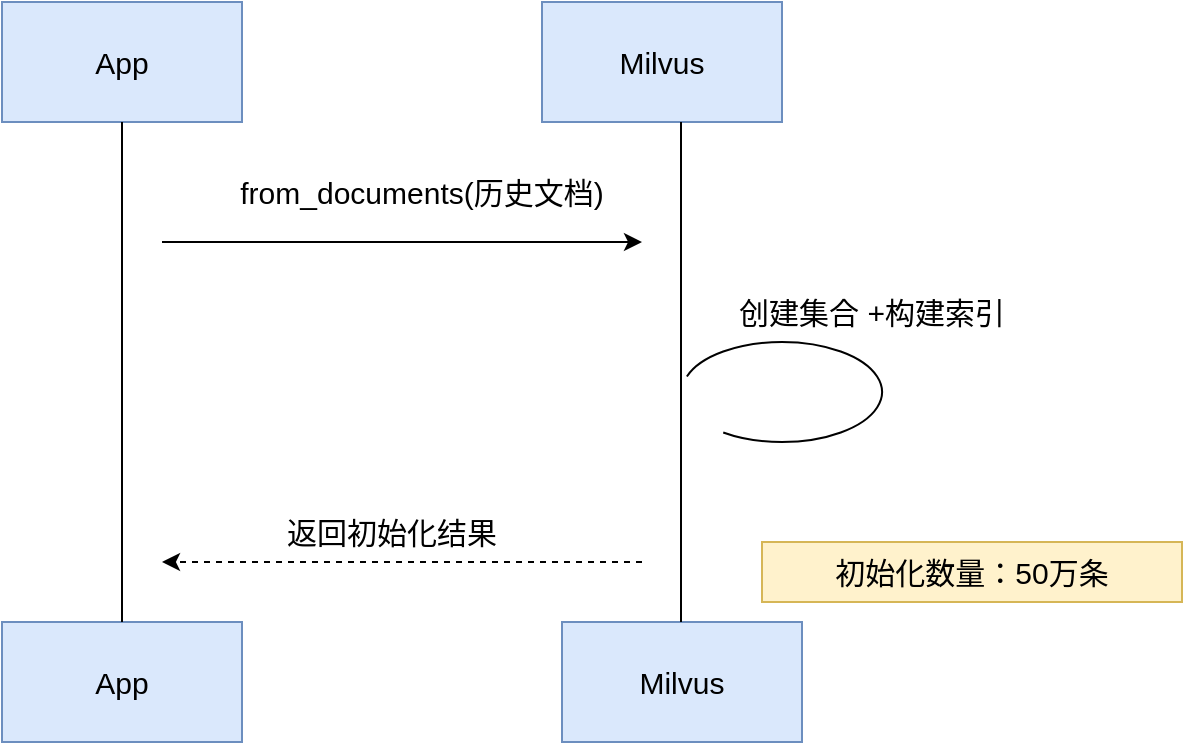
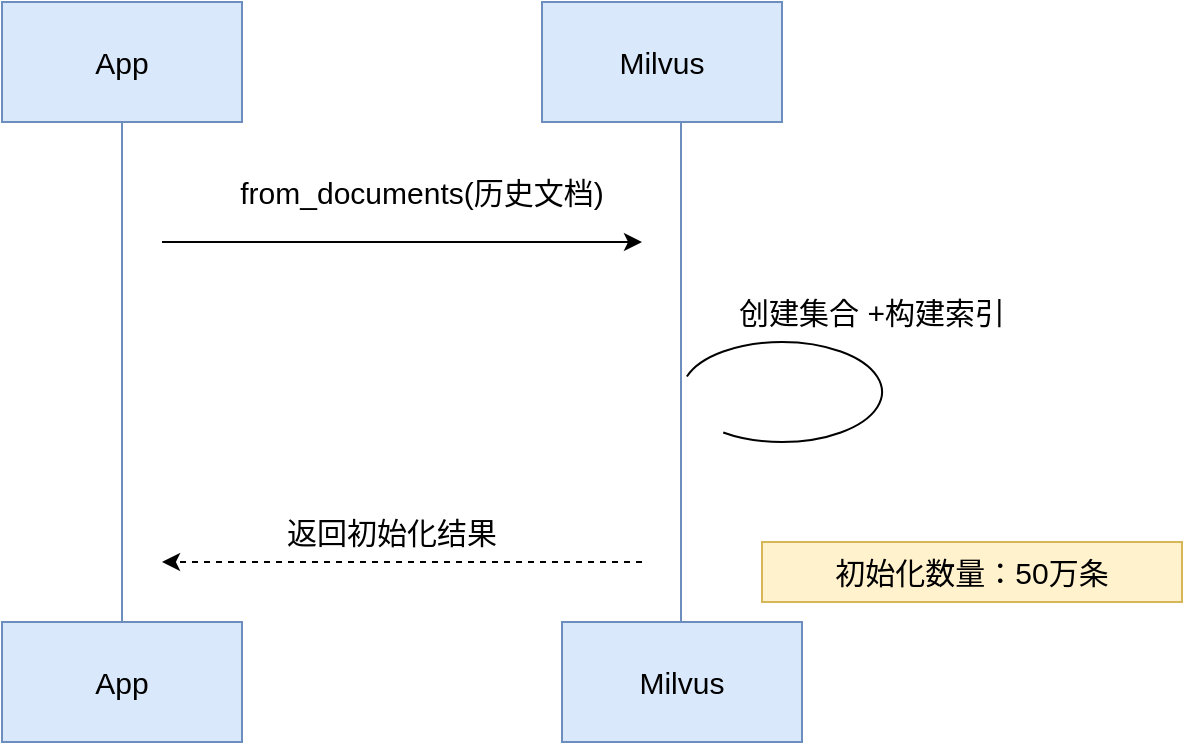
<mxfile host="app.diagrams.net">
  <diagram name="第 1 页" id="UUt5R9PCVqIVP22lnHmb">
    <mxGraphModel dx="1414" dy="751" grid="1" gridSize="10" guides="1" tooltips="1" connect="1" arrows="1" fold="1" page="1" pageScale="1" pageWidth="827" pageHeight="1169" math="0" shadow="0">
      <root>
        <mxCell id="0" />
        <mxCell id="1" parent="0" />
        <mxCell id="fyHhUcTejEDvJsqJKB2t-1" parent="1" style="rounded=0;whiteSpace=wrap;html=1;fontSize=15;fillColor=#dae8fc;strokeColor=#6c8ebf;" value="App" vertex="1">
          <mxGeometry height="60" width="120" x="260" y="140" as="geometry" />
        </mxCell>
        <mxCell id="fyHhUcTejEDvJsqJKB2t-2" parent="1" style="rounded=0;whiteSpace=wrap;html=1;fontSize=15;fillColor=#dae8fc;strokeColor=#6c8ebf;" value="App" vertex="1">
          <mxGeometry height="60" width="120" x="260" y="450" as="geometry" />
        </mxCell>
        <mxCell id="fyHhUcTejEDvJsqJKB2t-3" parent="1" style="rounded=0;whiteSpace=wrap;html=1;fontSize=15;fillColor=#dae8fc;strokeColor=#6c8ebf;" value="Milvus" vertex="1">
          <mxGeometry height="60" width="120" x="530" y="140" as="geometry" />
        </mxCell>
        <mxCell id="fyHhUcTejEDvJsqJKB2t-4" parent="1" style="rounded=0;whiteSpace=wrap;html=1;fontSize=15;fillColor=#dae8fc;strokeColor=#6c8ebf;" value="Milvus" vertex="1">
          <mxGeometry height="60" width="120" x="540" y="450" as="geometry" />
        </mxCell>
-         <mxCell id="fyHhUcTejEDvJsqJKB2t-5" edge="1" parent="1" source="fyHhUcTejEDvJsqJKB2t-2" style="endArrow=none;html=1;rounded=0;entryX=0.5;entryY=1;entryDx=0;entryDy=0;exitX=0.5;exitY=0;exitDx=0;exitDy=0;fontSize=15;" target="fyHhUcTejEDvJsqJKB2t-1" value="">
+         <mxCell id="fyHhUcTejEDvJsqJKB2t-5" edge="1" parent="1" source="fyHhUcTejEDvJsqJKB2t-2" style="endArrow=none;html=1;rounded=0;entryX=0.5;entryY=1;entryDx=0;entryDy=0;exitX=0.5;exitY=0;exitDx=0;exitDy=0;fontSize=15;fillColor=#dae8fc;strokeColor=#6c8ebf;" target="fyHhUcTejEDvJsqJKB2t-1" value="">
          <mxGeometry height="50" relative="1" width="50" as="geometry">
            <mxPoint x="300" y="300" as="sourcePoint" />
            <mxPoint x="350" y="250" as="targetPoint" />
          </mxGeometry>
        </mxCell>
-         <mxCell id="fyHhUcTejEDvJsqJKB2t-6" edge="1" parent="1" style="endArrow=none;html=1;rounded=0;entryX=0.5;entryY=1;entryDx=0;entryDy=0;exitX=0.5;exitY=0;exitDx=0;exitDy=0;fontSize=15;" value="">
+         <mxCell id="fyHhUcTejEDvJsqJKB2t-6" edge="1" parent="1" style="endArrow=none;html=1;rounded=0;entryX=0.5;entryY=1;entryDx=0;entryDy=0;exitX=0.5;exitY=0;exitDx=0;exitDy=0;fontSize=15;fillColor=#dae8fc;strokeColor=#6c8ebf;" value="">
          <mxGeometry height="50" relative="1" width="50" as="geometry">
            <mxPoint x="599.5" y="450" as="sourcePoint" />
            <mxPoint x="599.5" y="200" as="targetPoint" />
          </mxGeometry>
        </mxCell>
        <mxCell id="fyHhUcTejEDvJsqJKB2t-7" edge="1" parent="1" style="endArrow=classic;html=1;rounded=0;fontSize=15;" value="">
          <mxGeometry height="50" relative="1" width="50" as="geometry">
            <mxPoint x="340" y="260" as="sourcePoint" />
            <mxPoint x="580" y="260" as="targetPoint" />
          </mxGeometry>
        </mxCell>
        <mxCell id="fyHhUcTejEDvJsqJKB2t-8" parent="1" style="text;html=1;whiteSpace=wrap;strokeColor=none;fillColor=none;align=center;verticalAlign=middle;rounded=0;fontSize=15;" value="from_documents(历史文档)" vertex="1">
          <mxGeometry height="30" width="220" x="360" y="220" as="geometry" />
        </mxCell>
        <mxCell id="fyHhUcTejEDvJsqJKB2t-9" parent="1" style="shape=mxgraph.basic.arc;html=1;startAngle=0.3;endAngle=0.1;endArrow=classic;endFill=1;flipH=1;legacyAnchorPoints=0;flipV=1;fontSize=15;" value="" vertex="1">
          <mxGeometry height="50" width="100" x="600" y="310" as="geometry" />
        </mxCell>
        <mxCell id="fyHhUcTejEDvJsqJKB2t-11" parent="1" style="text;html=1;whiteSpace=wrap;strokeColor=none;fillColor=none;align=center;verticalAlign=middle;rounded=0;fontSize=15;" value="创建集合 +构建索引" vertex="1">
          <mxGeometry height="30" width="190" x="600" y="280" as="geometry" />
        </mxCell>
        <mxCell id="fyHhUcTejEDvJsqJKB2t-12" edge="1" parent="1" style="endArrow=classic;html=1;rounded=0;dashed=1;fontSize=15;" value="">
          <mxGeometry height="50" relative="1" width="50" as="geometry">
            <mxPoint x="580" y="420" as="sourcePoint" />
            <mxPoint x="340" y="420" as="targetPoint" />
          </mxGeometry>
        </mxCell>
        <mxCell id="fyHhUcTejEDvJsqJKB2t-13" parent="1" style="text;html=1;whiteSpace=wrap;strokeColor=none;fillColor=none;align=center;verticalAlign=middle;rounded=0;fontSize=15;" value="返回初始化结果" vertex="1">
          <mxGeometry height="30" width="170" x="370" y="390" as="geometry" />
        </mxCell>
        <mxCell id="fyHhUcTejEDvJsqJKB2t-14" parent="1" style="rounded=0;whiteSpace=wrap;html=1;fillColor=#fff2cc;strokeColor=#d6b656;fontSize=15;" value="初始化数量：50万条" vertex="1">
          <mxGeometry height="30" width="210" x="640" y="410" as="geometry" />
        </mxCell>
      </root>
    </mxGraphModel>
  </diagram>
</mxfile>
